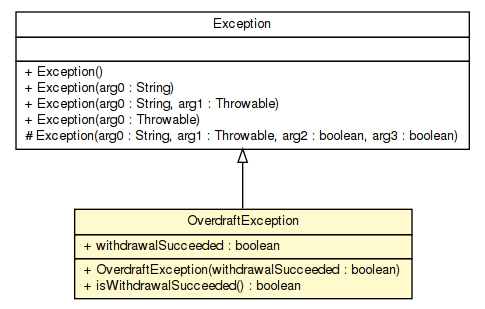
The Graphviz diagram apidocs/sorcer/account/provider/OverdraftException.png in sorcersoft/sorcersoft.github.io, before a commit. Its source is kept beside it as apidocs/sorcer/account/provider/OverdraftException.dot.
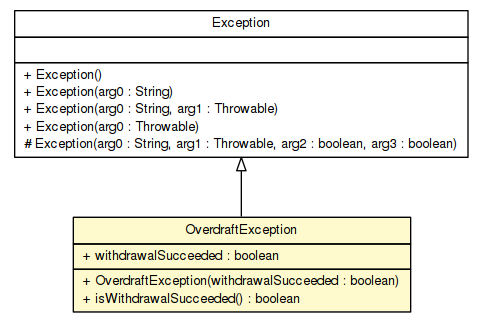
The same diagram one commit later.

Change to the diagram source:
```diff
@@ -4,7 +4,7 @@
 	node [fontname="Helvetica",fontsize=10,shape=plaintext];
 	nodesep=0.25;
 	ranksep=0.5;
-	c331733 [label=<<table title="sorcer.account.provider.OverdraftException" border="0" cellborder="1" cellspacing="0" cellpadding="2" port="p" bgcolor="lemonChiffon" href="./OverdraftException.html">
+	c375839 [label=<<table title="sorcer.account.provider.OverdraftException" border="0" cellborder="1" cellspacing="0" cellpadding="2" port="p" bgcolor="lemonChiffon" href="./OverdraftException.html">
 		<tr><td><table border="0" cellspacing="0" cellpadding="1">
 <tr><td align="center" balign="center"> OverdraftException </td></tr>
 		</table></td></tr>
@@ -16,8 +16,8 @@
 <tr><td align="left" balign="left"> + isWithdrawalSucceeded() : boolean </td></tr>
 		</table></td></tr>
 		</table>>, URL="./OverdraftException.html", fontname="Helvetica", fontcolor="black", fontsize=10.0];
-	c331747:p -> c331733:p [dir=back,arrowtail=empty];
-	c331747 [label=<<table title="java.lang.Exception" border="0" cellborder="1" cellspacing="0" cellpadding="2" port="p" href="http://docs.oracle.com/javase/7/docs/api/java/lang/Exception.html">
+	c375853:p -> c375839:p [dir=back,arrowtail=empty];
+	c375853 [label=<<table title="java.lang.Exception" border="0" cellborder="1" cellspacing="0" cellpadding="2" port="p" href="http://docs.oracle.com/javase/7/docs/api/java/lang/Exception.html">
 		<tr><td><table border="0" cellspacing="0" cellpadding="1">
 <tr><td align="center" balign="center"> Exception </td></tr>
 		</table></td></tr>
```
